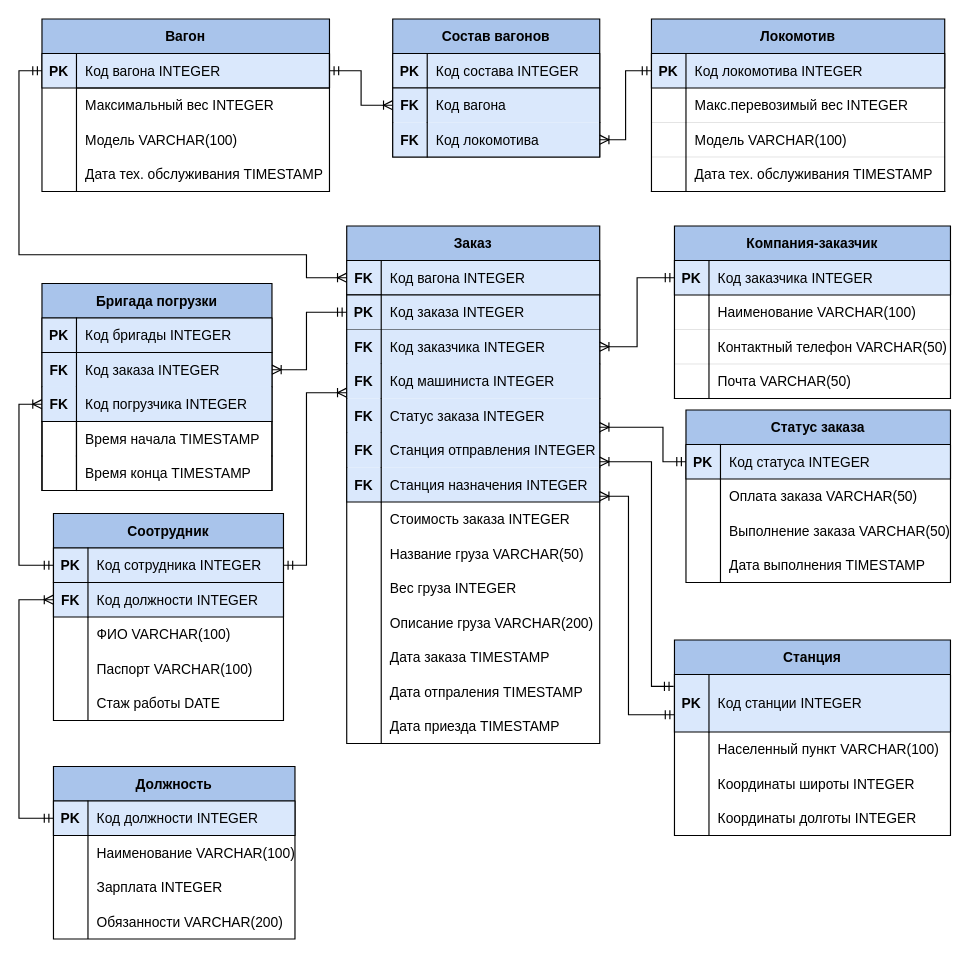
Above: ER.drawio in Edeotena/bd_4rd_sem_course_work (draw.io), before the change. Source tidied: cells renumbered, new cells numbered last; positions are measured from the earlier drawing's top-left corner, leaving out a move shared by most shapes. Both pictures are drawn from the tidied source at 115%, with x=0, y=0 at pixel (18, 18).
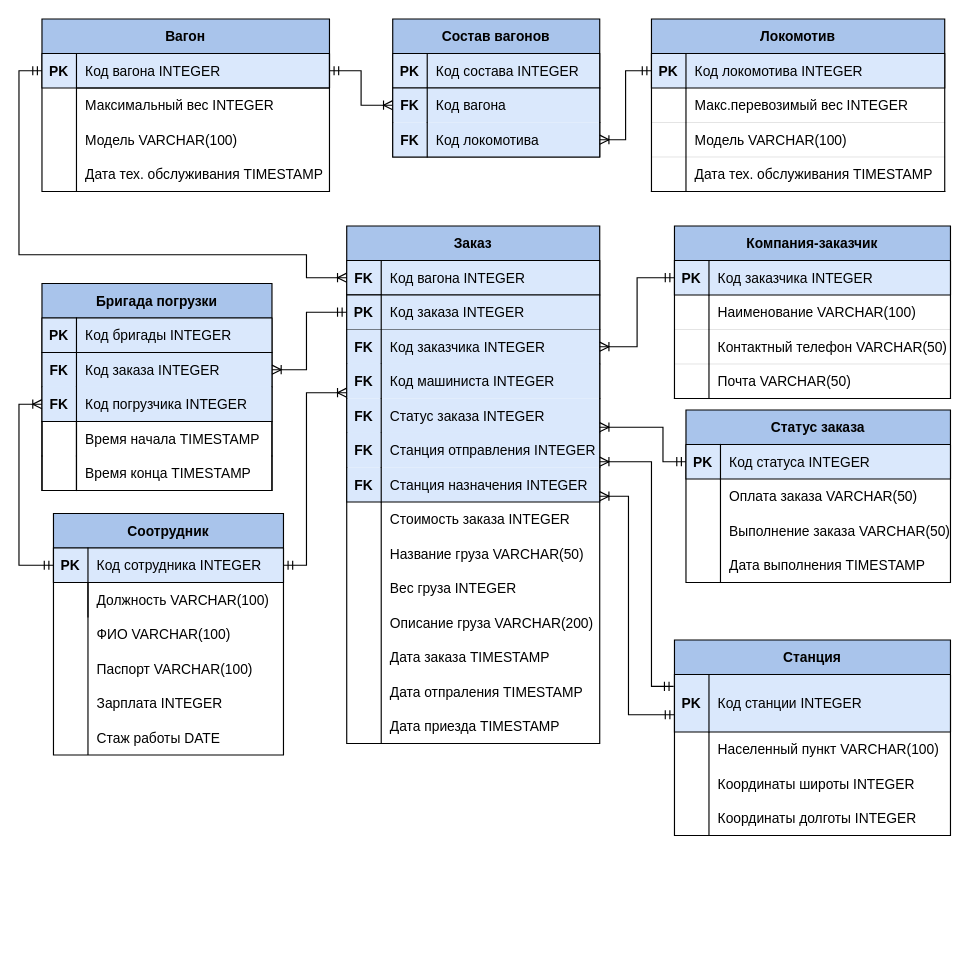
Above is the later version.

Diff of the diagram source:
```diff
@@
     <mxCell id="126" value="Соотрудник" style="shape=table;startSize=30;childLayout=tableLayout;rowLines=0;fontStyle=1;align=center;fillColor=#A9C4EB;" parent="1" vertex="1">
-      <mxGeometry x="30" y="430" width="200" height="180" as="geometry" />
+      <mxGeometry x="30" y="430" width="200" height="210" as="geometry" />
     </mxCell>
@@
-    <mxCell id="130" style="shape=tableRow;horizontal=0;startSize=0;swimlaneHead=0;swimlaneBody=0;fillColor=#dae8fc;points=[[0,0.5],[1,0.5]];portConstraint=eastwest;top=1;left=1;right=1;bottom=1;strokeColor=#000000;strokeWidth=1;" parent="126" vertex="1">
+    <mxCell id="130" style="shape=tableRow;horizontal=0;startSize=0;swimlaneHead=0;swimlaneBody=0;fillColor=none;points=[[0,0.5],[1,0.5]];portConstraint=eastwest;top=0;left=0;right=0;bottom=0;strokeColor=#000000;strokeWidth=1;" parent="126" vertex="1">
       <mxGeometry y="60" width="200" height="30" as="geometry" />
     </mxCell>
-    <mxCell id="131" value="FK" style="shape=partialRectangle;fillColor=none;top=0;left=0;bottom=0;right=0;fontStyle=1;overflow=hidden;" parent="130" vertex="1">
+    <mxCell id="131" style="shape=partialRectangle;fillColor=none;top=0;left=0;bottom=0;right=0;fontStyle=1;overflow=hidden;" parent="130" vertex="1">
       <mxGeometry width="30" height="30" as="geometry" />
     </mxCell>
-    <mxCell id="132" value="Код должности INTEGER" style="shape=partialRectangle;fillColor=none;top=0;left=1;bottom=0;right=0;align=left;spacingLeft=6;fontStyle=0;overflow=hidden;" parent="130" vertex="1">
+    <mxCell id="132" value="Должность VARCHAR(100)" style="shape=partialRectangle;fillColor=none;top=0;left=1;bottom=0;right=0;align=left;spacingLeft=6;fontStyle=0;overflow=hidden;" parent="130" vertex="1">
       <mxGeometry x="30" width="170" height="30" as="geometry" />
     </mxCell>
@@
+    <mxCell id="177" style="shape=tableRow;horizontal=0;startSize=0;swimlaneHead=0;swimlaneBody=0;fillColor=none;top=0;left=0;right=0;bottom=0;" parent="126" vertex="1">
+      <mxGeometry y="150" width="200" height="30" as="geometry" />
+    </mxCell>
+    <mxCell id="178" style="shape=partialRectangle;fillColor=none;top=0;left=0;bottom=0;right=0;overflow=hidden;" parent="177" vertex="1">
+      <mxGeometry width="30" height="30" as="geometry" />
+    </mxCell>
+    <mxCell id="167" value="Зарплата INTEGER" style="shape=partialRectangle;fillColor=none;top=0;left=0;bottom=0;right=0;align=left;spacingLeft=6;overflow=hidden;" parent="177" vertex="1">
+      <mxGeometry x="30" width="170" height="30" as="geometry" />
+    </mxCell>
     <mxCell id="139" style="shape=tableRow;horizontal=0;startSize=0;swimlaneHead=0;swimlaneBody=0;fillColor=none;top=0;left=0;right=0;bottom=0;" parent="126" vertex="1">
-      <mxGeometry y="150" width="200" height="30" as="geometry" />
+      <mxGeometry y="180" width="200" height="30" as="geometry" />
     </mxCell>
@@
-    <mxCell id="158" value="Должность" style="shape=table;startSize=30;childLayout=tableLayout;rowLines=0;fontStyle=1;align=center;fillColor=#A9C4EB;" parent="1" vertex="1">
-      <mxGeometry x="30" y="650" width="210" height="150" as="geometry" />
-    </mxCell>
-    <mxCell id="159" style="shape=tableRow;horizontal=0;startSize=0;swimlaneHead=0;swimlaneBody=0;fillColor=#dae8fc;points=[[0,0.5],[1,0.5]];portConstraint=eastwest;top=1;left=1;right=1;bottom=1;strokeColor=#000000;strokeWidth=1;" parent="158" vertex="1">
-      <mxGeometry y="30" width="210" height="30" as="geometry" />
-    </mxCell>
-    <mxCell id="160" value="PK" style="shape=partialRectangle;fillColor=none;top=0;left=0;bottom=0;right=0;fontStyle=1;overflow=hidden;" parent="159" vertex="1">
-      <mxGeometry width="30" height="30" as="geometry" />
-    </mxCell>
-    <mxCell id="161" value="Код должности INTEGER" style="shape=partialRectangle;fillColor=none;top=0;left=1;bottom=0;right=0;align=left;spacingLeft=6;fontStyle=0;overflow=hidden;" parent="159" vertex="1">
-      <mxGeometry x="30" width="180" height="30" as="geometry" />
-    </mxCell>
-    <mxCell id="162" style="shape=tableRow;horizontal=0;startSize=0;swimlaneHead=0;swimlaneBody=0;fillColor=none;top=0;left=0;right=0;bottom=0;" parent="158" vertex="1">
-      <mxGeometry y="60" width="210" height="30" as="geometry" />
-    </mxCell>
-    <mxCell id="163" style="shape=partialRectangle;fillColor=none;top=0;left=0;bottom=0;right=0;overflow=hidden;" parent="162" vertex="1">
-      <mxGeometry width="30" height="30" as="geometry" />
-    </mxCell>
-    <mxCell id="164" value="Наименование VARCHAR(100)" style="shape=partialRectangle;fillColor=none;top=0;left=0;bottom=0;right=0;align=left;spacingLeft=6;overflow=hidden;" parent="162" vertex="1">
-      <mxGeometry x="30" width="180" height="30" as="geometry" />
-    </mxCell>
-    <mxCell id="165" style="shape=tableRow;horizontal=0;startSize=0;swimlaneHead=0;swimlaneBody=0;fillColor=none;top=0;left=0;right=0;bottom=0;" parent="158" vertex="1">
-      <mxGeometry y="90" width="210" height="30" as="geometry" />
-    </mxCell>
-    <mxCell id="166" style="shape=partialRectangle;fillColor=none;top=0;left=0;bottom=0;right=0;overflow=hidden;" parent="165" vertex="1">
-      <mxGeometry width="30" height="30" as="geometry" />
-    </mxCell>
-    <mxCell id="167" value="Зарплата INTEGER" style="shape=partialRectangle;fillColor=none;top=0;left=0;bottom=0;right=0;align=left;spacingLeft=6;overflow=hidden;" parent="165" vertex="1">
-      <mxGeometry x="30" width="180" height="30" as="geometry" />
-    </mxCell>
-    <mxCell id="168" style="shape=tableRow;horizontal=0;startSize=0;swimlaneHead=0;swimlaneBody=0;fillColor=none;top=0;left=0;right=0;bottom=0;" parent="158" vertex="1">
-      <mxGeometry y="120" width="210" height="30" as="geometry" />
-    </mxCell>
-    <mxCell id="169" style="shape=partialRectangle;fillColor=none;top=0;left=0;bottom=0;right=0;overflow=hidden;" parent="168" vertex="1">
-      <mxGeometry width="30" height="30" as="geometry" />
-    </mxCell>
-    <mxCell id="170" value="Обязанности VARCHAR(200)" style="shape=partialRectangle;fillColor=none;top=0;left=0;bottom=0;right=0;align=left;spacingLeft=6;overflow=hidden;" parent="168" vertex="1">
-      <mxGeometry x="30" width="180" height="30" as="geometry" />
-    </mxCell>
@@
-    <mxCell id="173" style="edgeStyle=orthogonalEdgeStyle;rounded=0;jettySize=auto;html=1;entryX=0;entryY=0.5;entryDx=0;entryDy=0;startArrow=ERoneToMany;startFill=0;endArrow=ERmandOne;endFill=0;" parent="1" edge="1" source="130" target="159">
-      <mxGeometry relative="1" as="geometry">
-        <Array as="points">
-          <mxPoint y="505" />
-          <mxPoint y="695" />
-        </Array>
-      </mxGeometry>
-    </mxCell>
```
